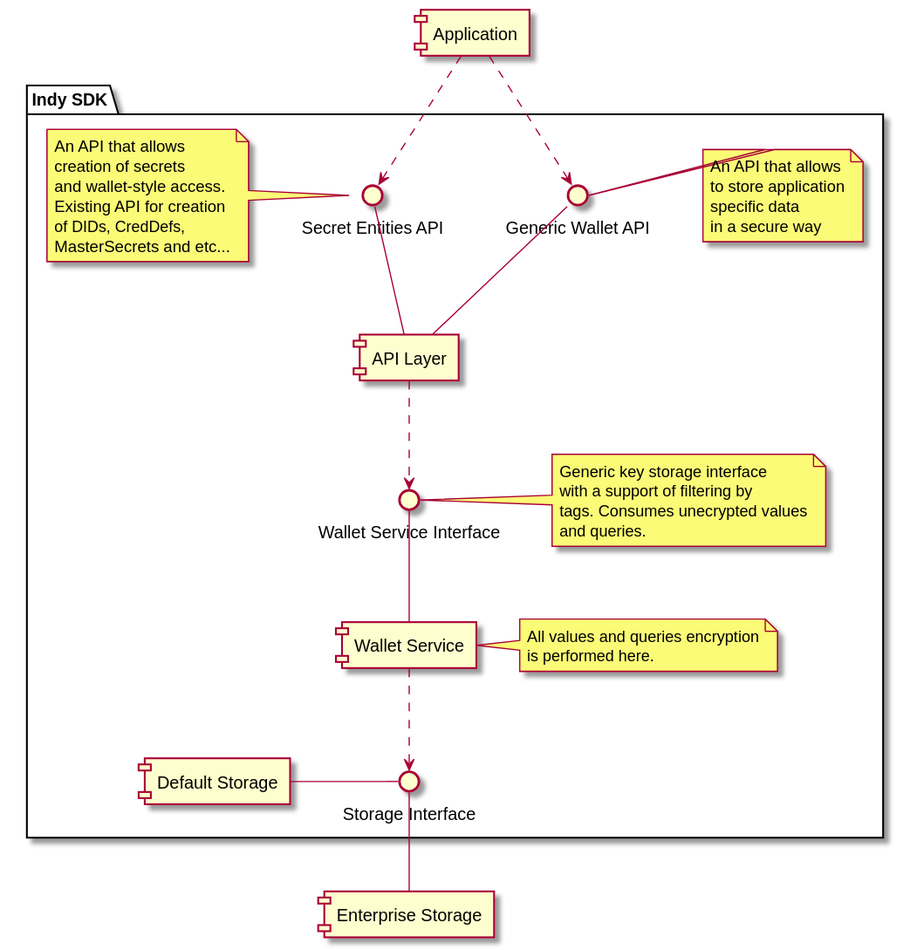
Before: doc/design/wallet/wallet-components.svg, a diagram exported from PlantUML (hyperledger-archives/indy-sdk).
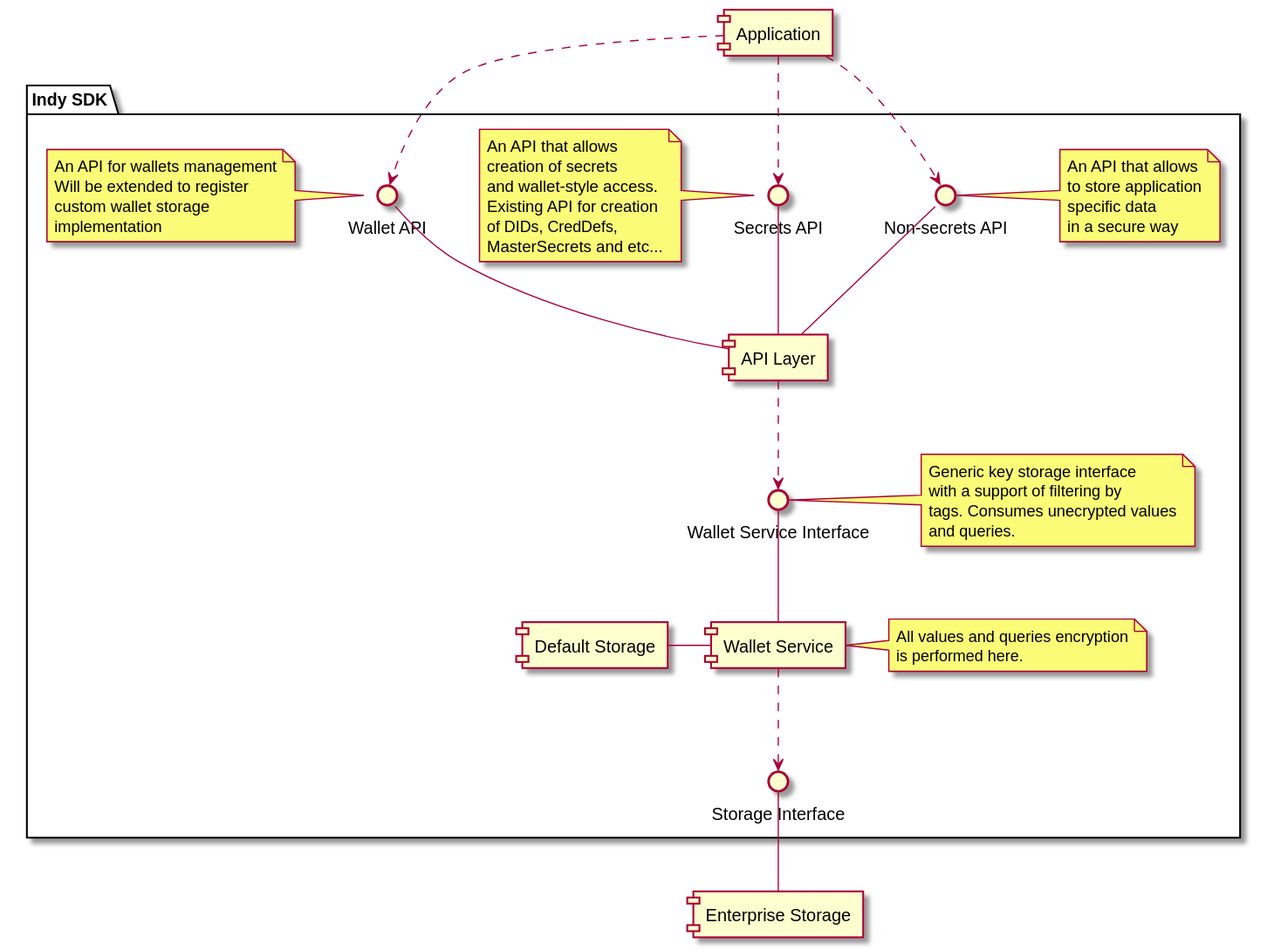
Above is the later version.

Commit message:
* Wallet design was updated according to the latest vision

Change to the diagram source:
```diff
@@ -3,17 +3,17 @@
 [Application] as application
 
 package "Indy SDK" {
-    () "Generic Wallet API" as i_wallet_api
-    application ..> i_wallet_api
+    () "Non-secrets API" as i_non_secrets_api
+    application ..> i_non_secrets_api
 
-    note right of i_wallet_api
+    note right of i_non_secrets_api
     An API that allows
     to store application
     specific data
     in a secure way
     end note
 
-    () "Secret Entities API" as i_secrets_api
+    () "Secrets API" as i_secrets_api
     application  ..> i_secrets_api
 
     note left of i_secrets_api
@@ -25,9 +25,20 @@
     MasterSecrets and etc...
     end note
 
+    () "Wallet API" as i_wallet_api
+    application  ..> i_wallet_api
+
+    note left of i_wallet_api
+    An API for wallets management
+    Will be extended to register
+    custom wallet storage
+    implementation
+    end note
+
     [API Layer] as indy_api
+    i_secrets_api -- indy_api
     i_wallet_api -- indy_api
-    i_secrets_api -- indy_api
+    i_non_secrets_api -- indy_api
 
     () "Wallet Service Interface" as i_wallet_service
     indy_api ..> i_wallet_service
@@ -51,7 +62,7 @@
     wallet_service ..> i_storage_api
 
     [Default Storage] as default_storage
-    default_storage - i_storage_api
+    default_storage - wallet_service
 }
 
 [Enterprise Storage] as enterprise_storage
```
